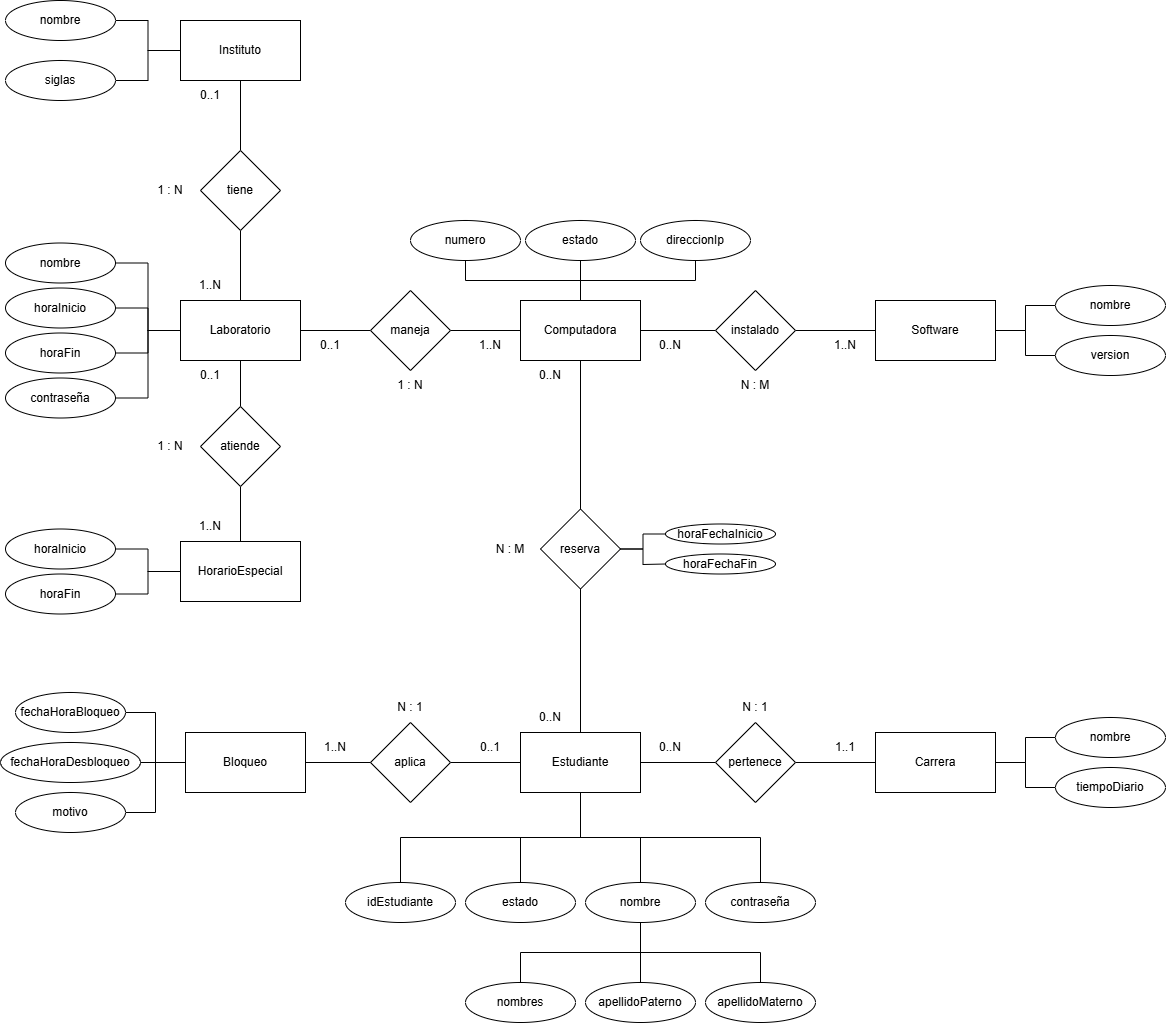
This is Cisco Modelo ER.png from ang3lfco/Cisco, a draw.io export, as it was before one commit. Source tidied: cells renumbered, new cells last; positions are measured from the earlier drawing's top-left corner, leaving out a move shared by most shapes.
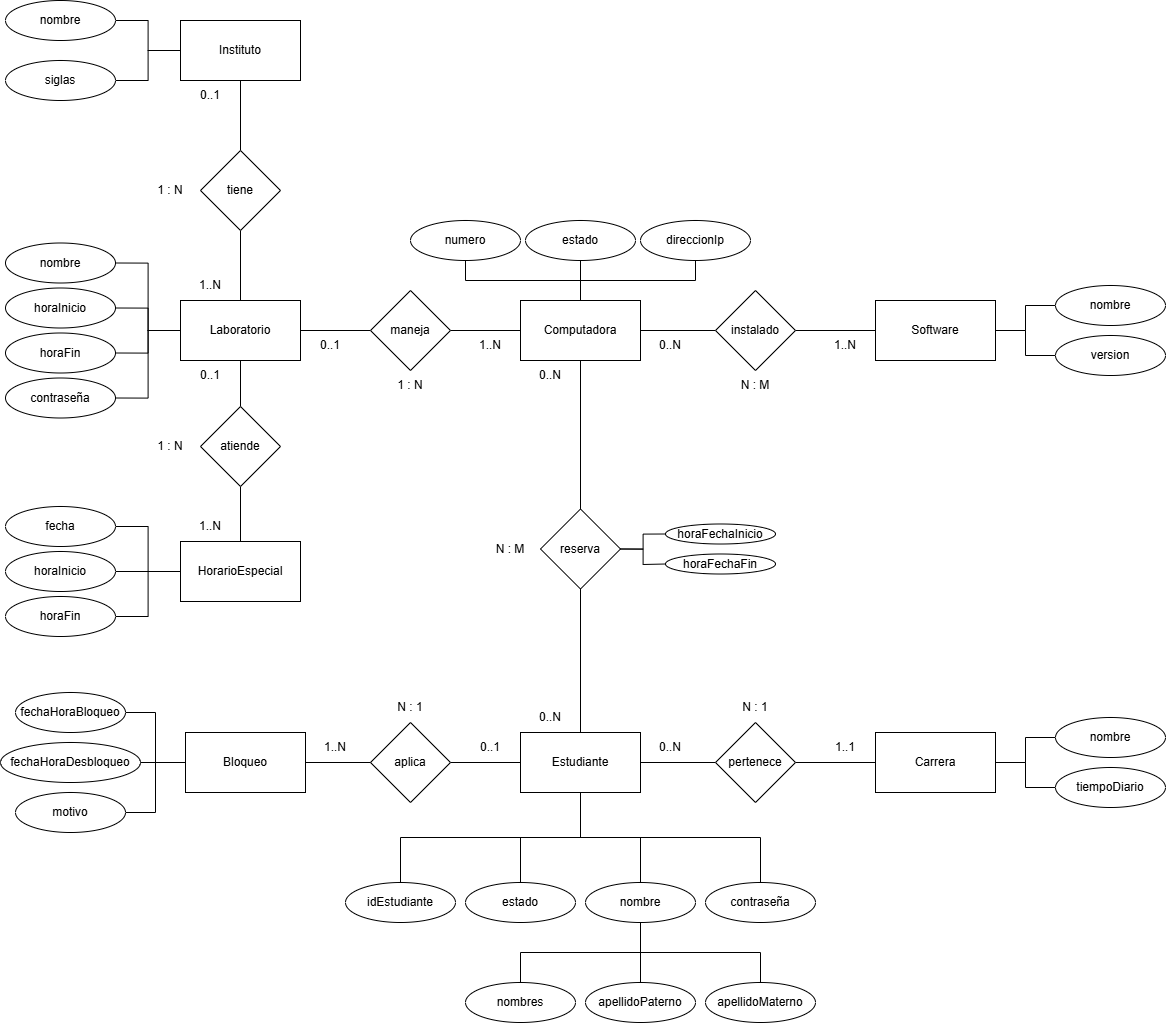
The same file after the commit.

Change to the diagram source:
```diff
@@ -289,6 +289,9 @@
     <mxCell id="96" style="edgeStyle=orthogonalEdgeStyle;rounded=0;jettySize=auto;html=1;exitX=0.5;exitY=0;exitDx=0;exitDy=0;entryX=0.5;entryY=1;entryDx=0;entryDy=0;endArrow=none;startFill=0;" parent="1" edge="1" source="99" target="100">
       <mxGeometry relative="1" as="geometry" />
     </mxCell>
+    <mxCell id="106" style="edgeStyle=orthogonalEdgeStyle;rounded=0;jettySize=auto;html=1;exitX=0;exitY=0.5;exitDx=0;exitDy=0;entryX=1;entryY=0.5;entryDx=0;entryDy=0;endArrow=none;startFill=0;" parent="1" edge="1" source="99" target="107">
+      <mxGeometry relative="1" as="geometry" />
+    </mxCell>
     <mxCell id="97" style="edgeStyle=orthogonalEdgeStyle;rounded=0;jettySize=auto;html=1;exitX=0;exitY=0.5;exitDx=0;exitDy=0;entryX=1;entryY=0.5;entryDx=0;entryDy=0;endArrow=none;startFill=0;" parent="1" edge="1" source="99" target="104">
       <mxGeometry relative="1" as="geometry" />
     </mxCell>
@@ -311,10 +314,13 @@
       <mxGeometry x="140" y="431" width="60" height="30" as="geometry" />
     </mxCell>
     <mxCell id="104" value="horaInicio" style="ellipse;whiteSpace=wrap;html=1;" parent="1" vertex="1">
-      <mxGeometry x="5" y="528.5" width="110" height="40" as="geometry" />
+      <mxGeometry x="5" y="551" width="110" height="40" as="geometry" />
     </mxCell>
     <mxCell id="105" value="horaFin" style="ellipse;whiteSpace=wrap;html=1;" parent="1" vertex="1">
-      <mxGeometry x="5" y="573.5" width="110" height="40" as="geometry" />
+      <mxGeometry x="5" y="596" width="110" height="40" as="geometry" />
     </mxCell>
+    <mxCell id="107" value="fecha" style="ellipse;whiteSpace=wrap;html=1;" parent="1" vertex="1">
+      <mxGeometry x="5" y="506" width="110" height="40" as="geometry" />
+    </mxCell>
   </root>
 </mxGraphModel>
```
